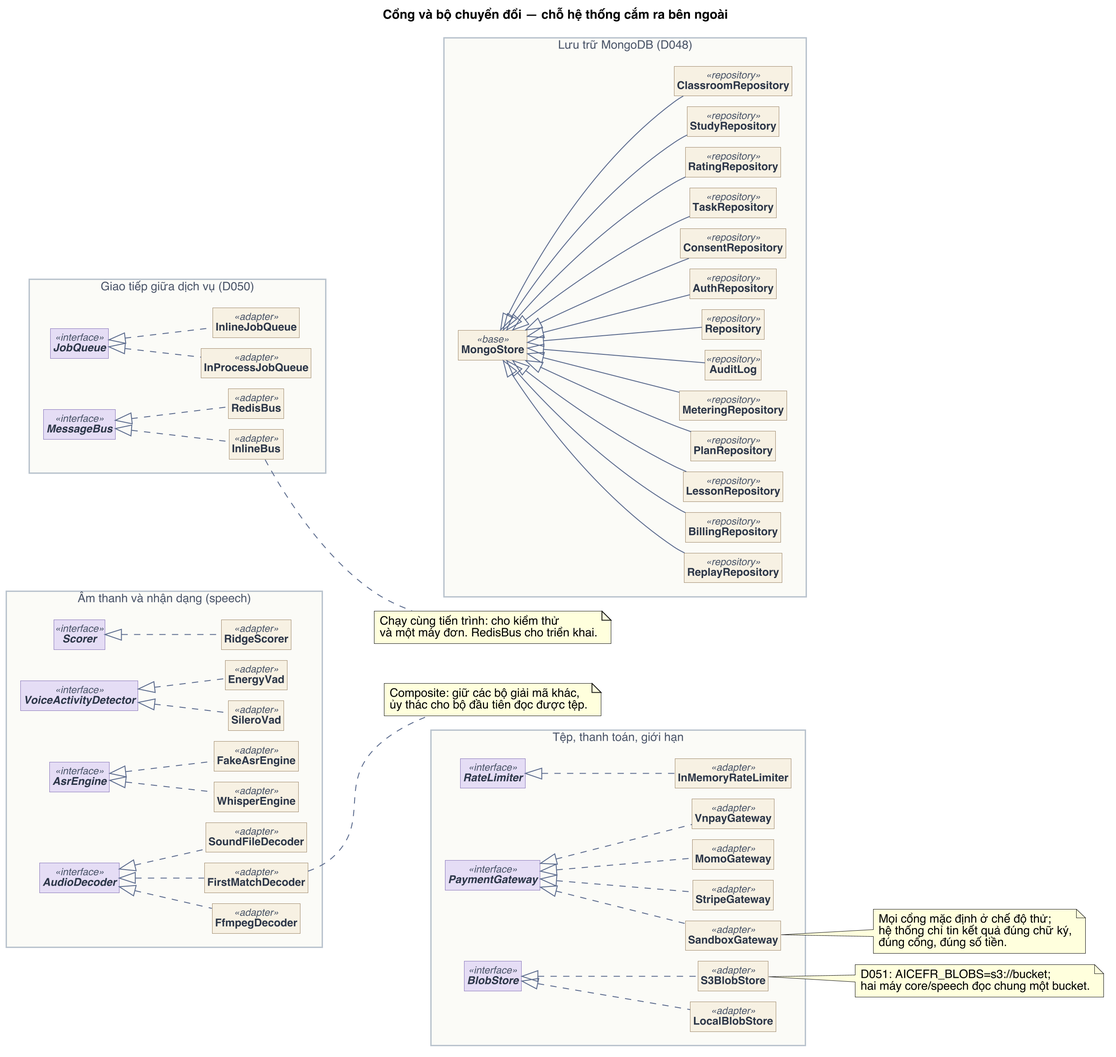
This is docs/sdd/images/02c_cong_va_bo_chuyen_doi.png from ThanhSangLouis/ai-assessor-cefr, a PlantUML export, as it was before one commit.
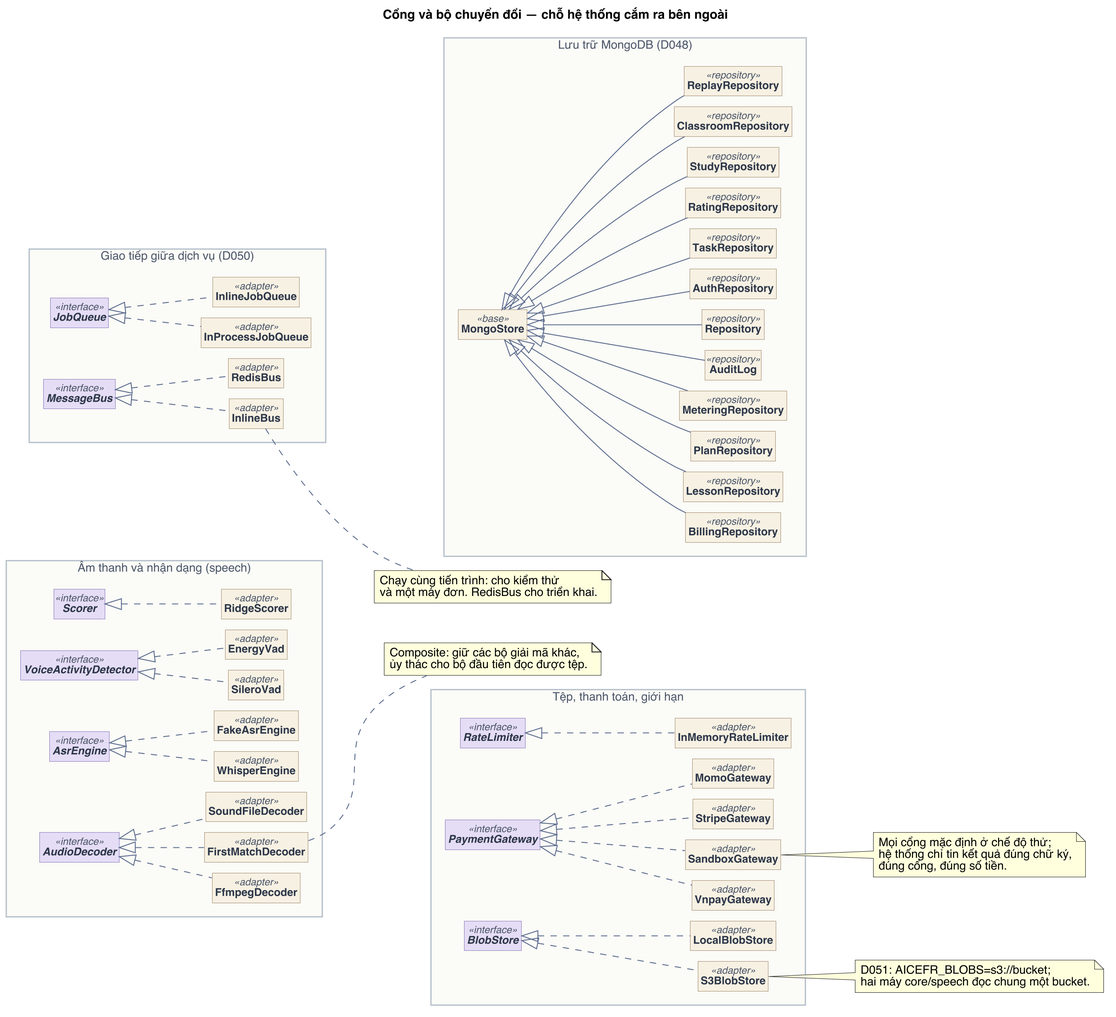
Later version of the same file.

Commit message:
docs(SDD): bản 1.7 — giải thích hình 5, 5c, 5d theo collection D060

Thay các đoạn "Cách đọc" và "Ánh xạ sang mã nguồn" còn mô tả bảng SQLite
bằng document MongoDB và lớp miền sau D060; ghi chú phiên bản nói rõ các mục
lịch sử phía sau giữ nguyên. Kết xuất lại hình 02c sau khi bỏ ConsentRepository.

What changed in the source:
```diff
@@ -50,7 +50,6 @@
   class MongoStore <<base>>
   class Repository <<repository>>
   class AuthRepository <<repository>>
-  class ConsentRepository <<repository>>
   class TaskRepository <<repository>>
   class RatingRepository <<repository>>
   class StudyRepository <<repository>>
@@ -84,7 +83,6 @@
 RateLimiter           <|.. InMemoryRateLimiter
 MongoStore            <|-- Repository
 MongoStore            <|-- AuthRepository
-MongoStore            <|-- ConsentRepository
 MongoStore            <|-- TaskRepository
 MongoStore            <|-- RatingRepository
 MongoStore            <|-- StudyRepository
```
